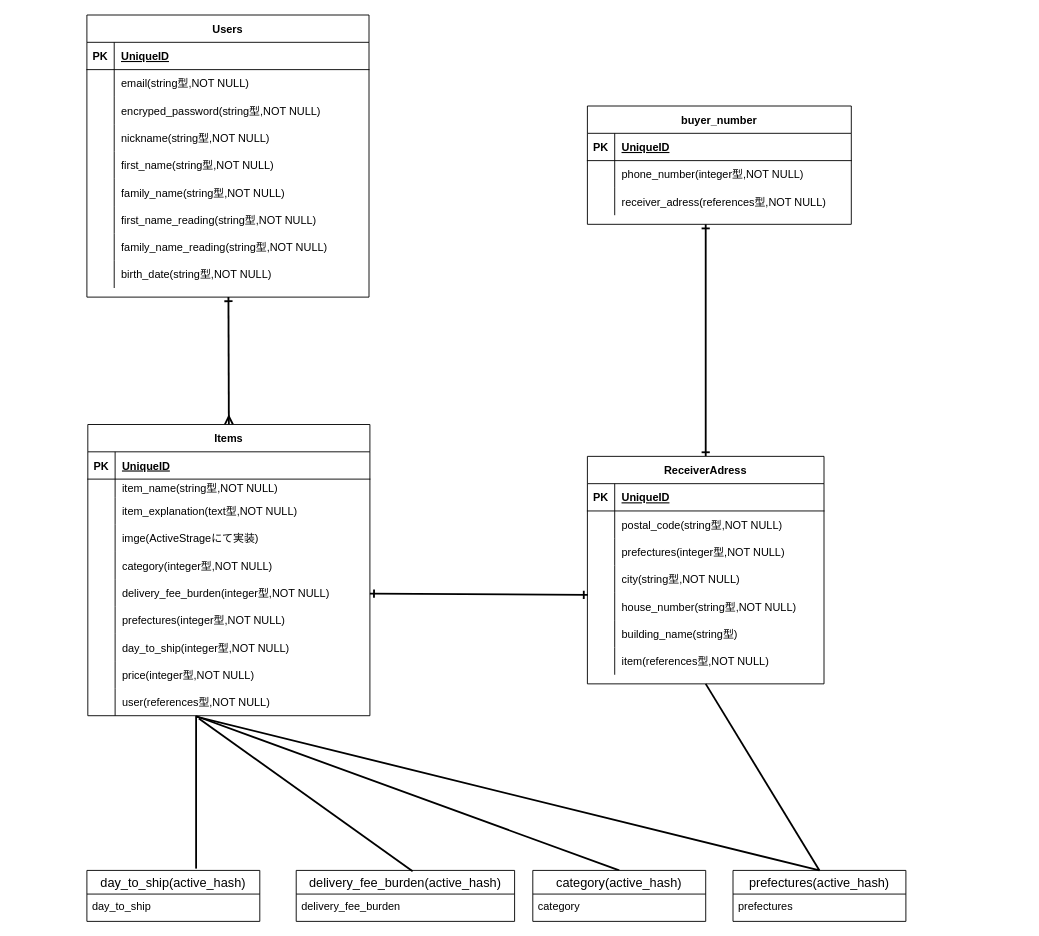
Above: ER.dio in khiroyuki1003/furima-36434 (draw.io), before the change. Source tidied: cells renumbered, new cells numbered last; positions are measured from the earlier drawing's top-left corner, leaving out a move shared by most shapes. Both pictures are drawn from the tidied source at 91%, with x=0, y=0 at pixel (86, 15).
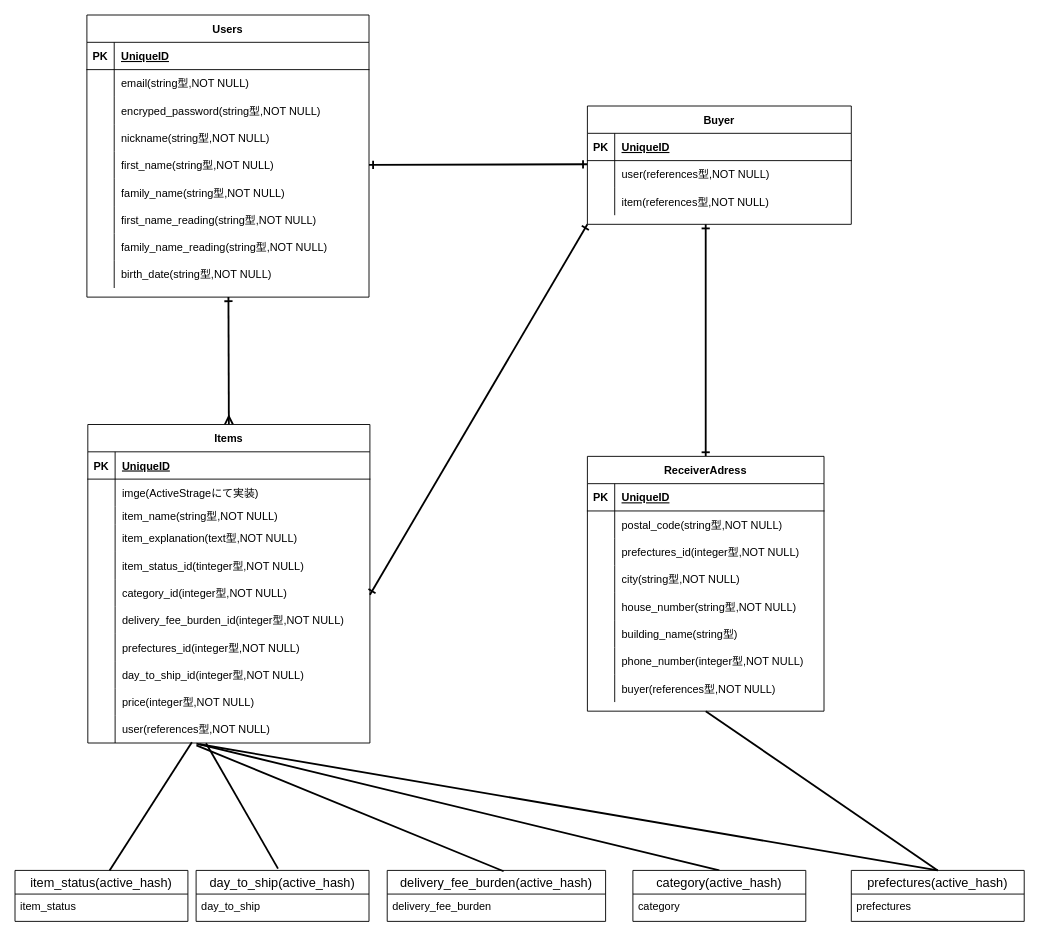
The same diagram, later.

Commit message (it also covers changes not shown here):
ER図/ README修正

The change refers to these unchanged cells:
```xml
<mxCell id="10" style="shape=partialRectangle;fillColor=none;top=0;left=0;bottom=0;right=0;" parent="3" vertex="1">
  <mxGeometry y="90" width="260" height="30" as="geometry" />
</mxCell>
<mxCell id="16" style="shape=partialRectangle;fillColor=none;top=0;left=0;bottom=0;right=0;points=[[0,0.5],[1,0.5]];portConstraint=eastwest;" parent="3" vertex="1">
  <mxGeometry y="150" width="260" height="30" as="geometry" />
</mxCell>
<mxCell id="39" style="shape=partialRectangle;fillColor=none;top=0;left=0;bottom=0;right=0;points=[[0,0.5],[1,0.5]];portConstraint=eastwest;" parent="26" vertex="1">
  <mxGeometry y="150" width="310" height="30" as="geometry" />
</mxCell>
<mxCell id="90" style="shape=partialRectangle;fillColor=none;top=0;left=0;bottom=0;right=0;points=[[0,0.5],[1,0.5]];portConstraint=eastwest;" parent="86" vertex="1">
  <mxGeometry y="60" width="290" height="30" as="geometry" />
</mxCell>
<mxCell id="93" style="shape=partialRectangle;fillColor=none;top=0;left=0;bottom=0;right=0;" parent="86" vertex="1">
  <mxGeometry y="90" width="290" height="30" as="geometry" />
</mxCell>
```

The edit, as a diff of the source:
```diff
@@
     <mxCell id="3" value="ReceiverAdress" style="shape=table;startSize=30;childLayout=tableLayout;rowLines=0;fontStyle=1;align=center;" parent="1" vertex="1">
-      <mxGeometry x="550" y="485" width="260" height="250" as="geometry" />
+      <mxGeometry x="550" y="485" width="260" height="280" as="geometry" />
     </mxCell>
@@
-    <mxCell id="12" value="prefectures(integer型,NOT NULL)" style="shape=partialRectangle;fillColor=none;top=0;left=0;bottom=0;right=0;align=left;spacingLeft=6;overflow=hidden;" parent="10" vertex="1">
+    <mxCell id="12" value="prefectures_id(integer型,NOT NULL)" style="shape=partialRectangle;fillColor=none;top=0;left=0;bottom=0;right=0;align=left;spacingLeft=6;overflow=hidden;" parent="10" vertex="1">
       <mxGeometry x="30" width="230" height="30" as="geometry" />
     </mxCell>
@@
+    <mxCell id="109" style="shape=partialRectangle;fillColor=none;top=0;left=0;bottom=0;right=0;" parent="3" vertex="1">
+      <mxGeometry y="210" width="260" height="30" as="geometry" />
+    </mxCell>
+    <mxCell id="110" style="shape=partialRectangle;fillColor=none;top=0;left=0;bottom=0;right=0;overflow=hidden;" parent="109" vertex="1">
+      <mxGeometry width="30" height="30" as="geometry" />
+    </mxCell>
+    <mxCell id="111" value="phone_number(integer型,NOT NULL)" style="shape=partialRectangle;fillColor=none;top=0;left=0;bottom=0;right=0;align=left;spacingLeft=6;overflow=hidden;" parent="109" vertex="1">
+      <mxGeometry x="30" width="230" height="30" as="geometry" />
+    </mxCell>
     <mxCell id="22" style="shape=partialRectangle;fillColor=none;top=0;left=0;bottom=0;right=0;" parent="3" vertex="1">
-      <mxGeometry y="210" width="260" height="30" as="geometry" />
+      <mxGeometry y="240" width="260" height="30" as="geometry" />
     </mxCell>
@@
-    <mxCell id="24" value="item(references型,NOT NULL)" style="shape=partialRectangle;fillColor=none;top=0;left=0;bottom=0;right=0;align=left;spacingLeft=6;overflow=hidden;" parent="22" vertex="1">
+    <mxCell id="24" value="buyer(references型,NOT NULL)" style="shape=partialRectangle;fillColor=none;top=0;left=0;bottom=0;right=0;align=left;spacingLeft=6;overflow=hidden;" parent="22" vertex="1">
       <mxGeometry x="30" width="230" height="30" as="geometry" />
     </mxCell>
@@
     <mxCell id="55" value="Items" style="shape=table;startSize=30;childLayout=tableLayout;rowLines=0;fontStyle=1;align=center;" parent="1" vertex="1">
-      <mxGeometry x="1" y="450" width="310" height="320" as="geometry" />
+      <mxGeometry x="1" y="450" width="310" height="350" as="geometry" />
     </mxCell>
@@
+    <mxCell id="65" style="shape=partialRectangle;fillColor=none;top=0;left=0;bottom=0;right=0;" parent="55" vertex="1">
+      <mxGeometry y="60" width="310" height="30" as="geometry" />
+    </mxCell>
+    <mxCell id="66" style="shape=partialRectangle;fillColor=none;top=0;left=0;bottom=0;right=0;overflow=hidden;" parent="65" vertex="1">
+      <mxGeometry width="30" height="30" as="geometry" />
+    </mxCell>
+    <mxCell id="67" value="imge(ActiveStrageにて実装)" style="shape=partialRectangle;fillColor=none;top=0;left=0;bottom=0;right=0;align=left;spacingLeft=6;overflow=hidden;" parent="65" vertex="1">
+      <mxGeometry x="30" width="280" height="30" as="geometry" />
+    </mxCell>
     <mxCell id="59" style="shape=partialRectangle;fillColor=none;top=0;left=0;bottom=0;right=0;" parent="55" vertex="1">
-      <mxGeometry y="60" width="310" height="20" as="geometry" />
+      <mxGeometry y="90" width="310" height="20" as="geometry" />
     </mxCell>
@@
+    <mxCell id="112" style="shape=partialRectangle;fillColor=none;top=0;left=0;bottom=0;right=0;" parent="55" vertex="1">
+      <mxGeometry y="110" width="310" height="30" as="geometry" />
+    </mxCell>
+    <mxCell id="113" style="shape=partialRectangle;fillColor=none;top=0;left=0;bottom=0;right=0;overflow=hidden;" parent="112" vertex="1">
+      <mxGeometry width="30" height="30" as="geometry" />
+    </mxCell>
+    <mxCell id="114" value="item_explanation(text型,NOT NULL)" style="shape=partialRectangle;fillColor=none;top=0;left=0;bottom=0;right=0;align=left;spacingLeft=6;overflow=hidden;" parent="112" vertex="1">
+      <mxGeometry x="30" width="280" height="30" as="geometry" />
+    </mxCell>
     <mxCell id="62" style="shape=partialRectangle;fillColor=none;top=0;left=0;bottom=0;right=0;" parent="55" vertex="1">
-      <mxGeometry y="80" width="310" height="30" as="geometry" />
+      <mxGeometry y="140" width="310" height="30" as="geometry" />
     </mxCell>
@@
-    <mxCell id="64" value="item_explanation(text型,NOT NULL)" style="shape=partialRectangle;fillColor=none;top=0;left=0;bottom=0;right=0;align=left;spacingLeft=6;overflow=hidden;" parent="62" vertex="1">
+    <mxCell id="64" value="item_status_id(tinteger型,NOT NULL)" style="shape=partialRectangle;fillColor=none;top=0;left=0;bottom=0;right=0;align=left;spacingLeft=6;overflow=hidden;" parent="62" vertex="1">
       <mxGeometry x="30" width="280" height="30" as="geometry" />
     </mxCell>
-    <mxCell id="65" style="shape=partialRectangle;fillColor=none;top=0;left=0;bottom=0;right=0;" parent="55" vertex="1">
-      <mxGeometry y="110" width="310" height="30" as="geometry" />
-    </mxCell>
-    <mxCell id="66" style="shape=partialRectangle;fillColor=none;top=0;left=0;bottom=0;right=0;overflow=hidden;" parent="65" vertex="1">
-      <mxGeometry width="30" height="30" as="geometry" />
-    </mxCell>
-    <mxCell id="67" value="imge(ActiveStrageにて実装)" style="shape=partialRectangle;fillColor=none;top=0;left=0;bottom=0;right=0;align=left;spacingLeft=6;overflow=hidden;" parent="65" vertex="1">
-      <mxGeometry x="30" width="280" height="30" as="geometry" />
-    </mxCell>
     <mxCell id="68" style="shape=partialRectangle;fillColor=none;top=0;left=0;bottom=0;right=0;" parent="55" vertex="1">
-      <mxGeometry y="140" width="310" height="30" as="geometry" />
+      <mxGeometry y="170" width="310" height="30" as="geometry" />
     </mxCell>
@@
-    <mxCell id="70" value="category(integer型,NOT NULL)" style="shape=partialRectangle;fillColor=none;top=0;left=0;bottom=0;right=0;align=left;spacingLeft=6;overflow=hidden;" parent="68" vertex="1">
+    <mxCell id="70" value="category_id(integer型,NOT NULL)" style="shape=partialRectangle;fillColor=none;top=0;left=0;bottom=0;right=0;align=left;spacingLeft=6;overflow=hidden;" parent="68" vertex="1">
       <mxGeometry x="30" width="280" height="30" as="geometry" />
     </mxCell>
     <mxCell id="71" style="shape=partialRectangle;fillColor=none;top=0;left=0;bottom=0;right=0;points=[[0,0.5],[1,0.5]];portConstraint=eastwest;" parent="55" vertex="1">
-      <mxGeometry y="170" width="310" height="30" as="geometry" />
+      <mxGeometry y="200" width="310" height="30" as="geometry" />
     </mxCell>
@@
-    <mxCell id="73" value="delivery_fee_burden(integer型,NOT NULL)" style="shape=partialRectangle;fillColor=none;top=0;left=0;bottom=0;right=0;align=left;spacingLeft=6;overflow=hidden;" parent="71" vertex="1">
+    <mxCell id="73" value="delivery_fee_burden_id(integer型,NOT NULL)" style="shape=partialRectangle;fillColor=none;top=0;left=0;bottom=0;right=0;align=left;spacingLeft=6;overflow=hidden;" parent="71" vertex="1">
       <mxGeometry x="30" width="280" height="30" as="geometry" />
     </mxCell>
     <mxCell id="74" style="shape=partialRectangle;fillColor=none;top=0;left=0;bottom=0;right=0;" parent="55" vertex="1">
-      <mxGeometry y="200" width="310" height="30" as="geometry" />
+      <mxGeometry y="230" width="310" height="30" as="geometry" />
     </mxCell>
@@
-    <mxCell id="76" value="prefectures(integer型,NOT NULL)" style="shape=partialRectangle;fillColor=none;top=0;left=0;bottom=0;right=0;align=left;spacingLeft=6;overflow=hidden;" parent="74" vertex="1">
+    <mxCell id="76" value="prefectures_id(integer型,NOT NULL)" style="shape=partialRectangle;fillColor=none;top=0;left=0;bottom=0;right=0;align=left;spacingLeft=6;overflow=hidden;" parent="74" vertex="1">
       <mxGeometry x="30" width="280" height="30" as="geometry" />
     </mxCell>
     <mxCell id="77" style="shape=partialRectangle;fillColor=none;top=0;left=0;bottom=0;right=0;" parent="55" vertex="1">
-      <mxGeometry y="230" width="310" height="30" as="geometry" />
+      <mxGeometry y="260" width="310" height="30" as="geometry" />
     </mxCell>
@@
-    <mxCell id="79" value="day_to_ship(integer型,NOT NULL)" style="shape=partialRectangle;fillColor=none;top=0;left=0;bottom=0;right=0;align=left;spacingLeft=6;overflow=hidden;" parent="77" vertex="1">
+    <mxCell id="79" value="day_to_ship_id(integer型,NOT NULL)" style="shape=partialRectangle;fillColor=none;top=0;left=0;bottom=0;right=0;align=left;spacingLeft=6;overflow=hidden;" parent="77" vertex="1">
       <mxGeometry x="30" width="280" height="30" as="geometry" />
     </mxCell>
     <mxCell id="80" style="shape=partialRectangle;fillColor=none;top=0;left=0;bottom=0;right=0;" parent="55" vertex="1">
-      <mxGeometry y="260" width="310" height="30" as="geometry" />
+      <mxGeometry y="290" width="310" height="30" as="geometry" />
     </mxCell>
@@
     <mxCell id="83" style="shape=partialRectangle;fillColor=none;top=0;left=0;bottom=0;right=0;points=[[0,0.5],[1,0.5]];portConstraint=eastwest;" parent="55" vertex="1">
-      <mxGeometry y="290" width="310" height="30" as="geometry" />
+      <mxGeometry y="320" width="310" height="30" as="geometry" />
     </mxCell>
@@
-    <mxCell id="86" value="buyer_number" style="shape=table;startSize=30;childLayout=tableLayout;rowLines=0;fontStyle=1;align=center;" parent="1" vertex="1">
+    <mxCell id="86" value="Buyer" style="shape=table;startSize=30;childLayout=tableLayout;rowLines=0;fontStyle=1;align=center;" parent="1" vertex="1">
       <mxGeometry x="550" y="100" width="290" height="130" as="geometry" />
     </mxCell>
@@
-    <mxCell id="92" value="phone_number(integer型,NOT NULL)" style="shape=partialRectangle;fillColor=none;top=0;left=0;bottom=0;right=0;align=left;spacingLeft=6;overflow=hidden;" parent="90" vertex="1">
+    <mxCell id="92" value="user(references型,NOT NULL)" style="shape=partialRectangle;fillColor=none;top=0;left=0;bottom=0;right=0;align=left;spacingLeft=6;overflow=hidden;" parent="90" vertex="1">
       <mxGeometry x="30" width="260" height="30" as="geometry" />
     </mxCell>
@@
-    <mxCell id="95" value="receiver_adress(references型,NOT NULL)" style="shape=partialRectangle;fillColor=none;top=0;left=0;bottom=0;right=0;align=left;spacingLeft=6;overflow=hidden;" parent="93" vertex="1">
+    <mxCell id="95" value="item(references型,NOT NULL)" style="shape=partialRectangle;fillColor=none;top=0;left=0;bottom=0;right=0;align=left;spacingLeft=6;overflow=hidden;" parent="93" vertex="1">
       <mxGeometry x="30" width="260" height="30" as="geometry" />
     </mxCell>
     <mxCell id="96" value="prefectures(active_hash)" style="swimlane;fontStyle=0;horizontal=1;startSize=26;align=center;fontSize=14;" parent="1" vertex="1">
-      <mxGeometry x="710" y="940" width="190" height="56" as="geometry" />
+      <mxGeometry x="840" y="940" width="190" height="56" as="geometry" />
     </mxCell>
@@
     <mxCell id="98" value="category(active_hash)" style="swimlane;fontStyle=0;horizontal=1;startSize=26;align=center;fontSize=14;" parent="1" vertex="1">
-      <mxGeometry x="490" y="940" width="190" height="56" as="geometry" />
+      <mxGeometry x="600" y="940" width="190" height="56" as="geometry" />
     </mxCell>
@@
     <mxCell id="100" value="delivery_fee_burden(active_hash)" style="swimlane;fontStyle=0;horizontal=1;startSize=26;align=center;fontSize=14;" parent="1" vertex="1">
-      <mxGeometry x="230" y="940" width="240" height="56" as="geometry" />
+      <mxGeometry x="330" y="940" width="240" height="56" as="geometry" />
     </mxCell>
@@
     <mxCell id="102" value="day_to_ship(active_hash)" style="swimlane;fontStyle=0;horizontal=1;startSize=26;align=center;fontSize=14;" parent="1" vertex="1">
-      <mxGeometry y="940" width="190" height="56" as="geometry" />
+      <mxGeometry x="120" y="940" width="190" height="56" as="geometry" />
     </mxCell>
@@
-    <mxCell id="104" style="edgeStyle=none;rounded=0;jettySize=auto;html=1;entryX=0.002;entryY=0.074;entryDx=0;entryDy=0;entryPerimeter=0;startArrow=ERone;startFill=0;endArrow=ERone;endFill=0;strokeWidth=2;" parent="1" edge="1" source="71" target="16">
-      <mxGeometry relative="1" as="geometry" />
+    <mxCell id="104" style="edgeStyle=none;rounded=0;jettySize=auto;html=1;entryX=0;entryY=1;entryDx=0;entryDy=0;startArrow=ERone;startFill=0;endArrow=ERone;endFill=0;strokeWidth=2;" parent="1" edge="1" target="86">
+      <mxGeometry relative="1" as="geometry">
+        <mxPoint x="311" y="637" as="sourcePoint" />
+      </mxGeometry>
     </mxCell>
-    <mxCell id="105" style="rounded=0;orthogonalLoop=1;jettySize=auto;html=1;startArrow=none;startFill=0;endArrow=none;endFill=0;strokeWidth=2;" parent="1" edge="1">
+    <mxCell id="105" style="rounded=0;jettySize=auto;html=1;startArrow=none;startFill=0;endArrow=none;endFill=0;strokeWidth=2;exitX=0.419;exitY=1.007;exitDx=0;exitDy=0;exitPerimeter=0;" parent="1" edge="1" source="83">
       <mxGeometry relative="1" as="geometry">
-        <mxPoint x="120" y="770" as="sourcePoint" />
-        <mxPoint x="120" y="938" as="targetPoint" />
+        <mxPoint x="210" y="938" as="targetPoint" />
       </mxGeometry>
     </mxCell>
-    <mxCell id="106" style="edgeStyle=none;rounded=0;jettySize=auto;html=1;entryX=0.533;entryY=0.017;entryDx=0;entryDy=0;entryPerimeter=0;startArrow=none;startFill=0;endArrow=none;endFill=0;strokeWidth=2;" parent="1" edge="1" target="100">
-      <mxGeometry relative="1" as="geometry">
-        <mxPoint x="123" y="773" as="sourcePoint" />
-      </mxGeometry>
+    <mxCell id="106" style="edgeStyle=none;rounded=0;jettySize=auto;html=1;entryX=0.533;entryY=0.017;entryDx=0;entryDy=0;entryPerimeter=0;startArrow=none;startFill=0;endArrow=none;endFill=0;strokeWidth=2;exitX=0.385;exitY=1.085;exitDx=0;exitDy=0;exitPerimeter=0;" parent="1" edge="1" source="83" target="100">
+      <mxGeometry relative="1" as="geometry" />
     </mxCell>
-    <mxCell id="107" style="edgeStyle=none;rounded=0;jettySize=auto;html=1;entryX=0.5;entryY=0;entryDx=0;entryDy=0;startArrow=none;startFill=0;endArrow=none;endFill=0;strokeWidth=2;" parent="1" edge="1" target="96">
-      <mxGeometry relative="1" as="geometry">
-        <mxPoint x="120" y="771" as="sourcePoint" />
-      </mxGeometry>
+    <mxCell id="107" style="edgeStyle=none;rounded=0;jettySize=auto;html=1;entryX=0.5;entryY=0;entryDx=0;entryDy=0;startArrow=none;startFill=0;endArrow=none;endFill=0;strokeWidth=2;exitX=0.396;exitY=1.046;exitDx=0;exitDy=0;exitPerimeter=0;" parent="1" edge="1" source="83" target="96">
+      <mxGeometry relative="1" as="geometry" />
     </mxCell>
@@
+    <mxCell id="115" style="edgeStyle=none;rounded=0;jettySize=auto;html=1;entryX=-0.001;entryY=0.134;entryDx=0;entryDy=0;entryPerimeter=0;startArrow=ERone;startFill=0;endArrow=ERone;endFill=0;strokeWidth=2;" parent="1" edge="1" source="39" target="90">
+      <mxGeometry relative="1" as="geometry" />
+    </mxCell>
+    <mxCell id="116" value="item_status(active_hash)" style="swimlane;fontStyle=0;horizontal=1;startSize=26;align=center;fontSize=14;" parent="1" vertex="1">
+      <mxGeometry x="-79" y="940" width="190" height="56" as="geometry" />
+    </mxCell>
+    <mxCell id="117" value="item_status" style="text;strokeColor=none;fillColor=none;spacingLeft=4;spacingRight=4;overflow=hidden;fontSize=12;" parent="116" vertex="1">
+      <mxGeometry y="26" width="190" height="30" as="geometry" />
+    </mxCell>
+    <mxCell id="118" style="edgeStyle=none;rounded=0;jettySize=auto;html=1;entryX=0.547;entryY=0.004;entryDx=0;entryDy=0;entryPerimeter=0;startArrow=none;startFill=0;endArrow=none;endFill=0;strokeWidth=2;exitX=0.369;exitY=0.968;exitDx=0;exitDy=0;exitPerimeter=0;" parent="1" edge="1" source="83" target="116">
+      <mxGeometry relative="1" as="geometry" />
+    </mxCell>
```
